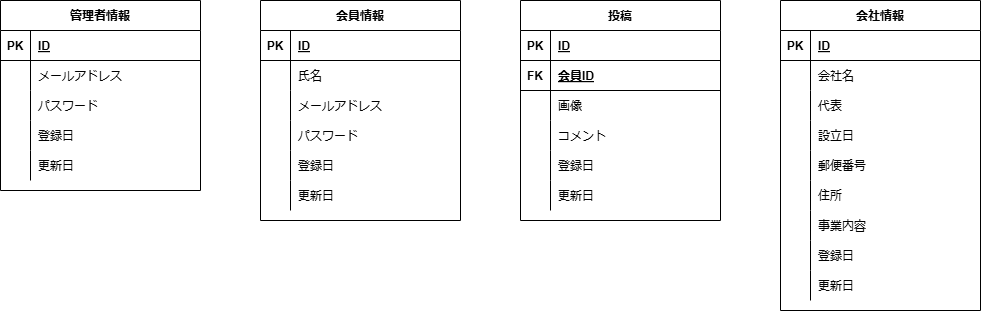
Above: TravelogER図.drawio.png in ISSEI-dot/Travelog (draw.io), before the change. Source tidied: cells renumbered, new cells last; positions are measured from the earlier drawing's top-left corner, leaving out a move shared by most shapes.
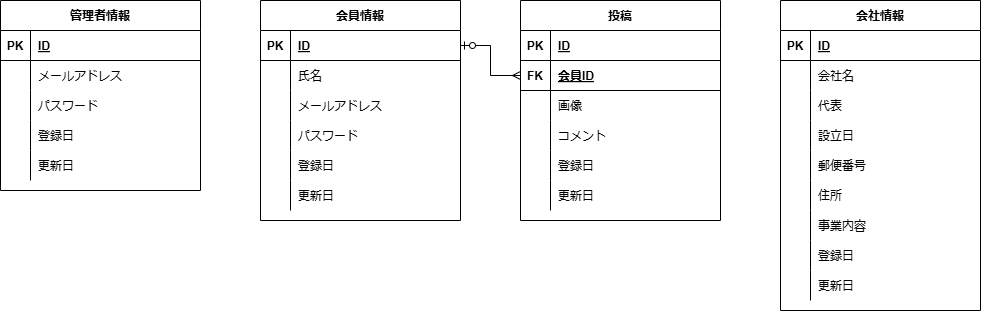
Above is the later version.

Commit message:
TravelogER図.drawio.png を更新します

What changed in the source:
```diff
@@ -248,5 +248,8 @@
     <mxCell id="83" value="更新日" style="shape=partialRectangle;overflow=hidden;fillColor=none;top=0;left=0;bottom=0;right=0;align=left;spacingLeft=6;" parent="81" vertex="1">
       <mxGeometry x="30" width="170" height="30" as="geometry" />
     </mxCell>
+    <mxCell id="84" style="edgeStyle=orthogonalEdgeStyle;rounded=0;jettySize=auto;html=1;endArrow=ERmany;endFill=0;startArrow=ERzeroToOne;startFill=0;" parent="1" edge="1" source="19" target="41">
+      <mxGeometry relative="1" as="geometry" />
+    </mxCell>
   </root>
 </mxGraphModel>
```
